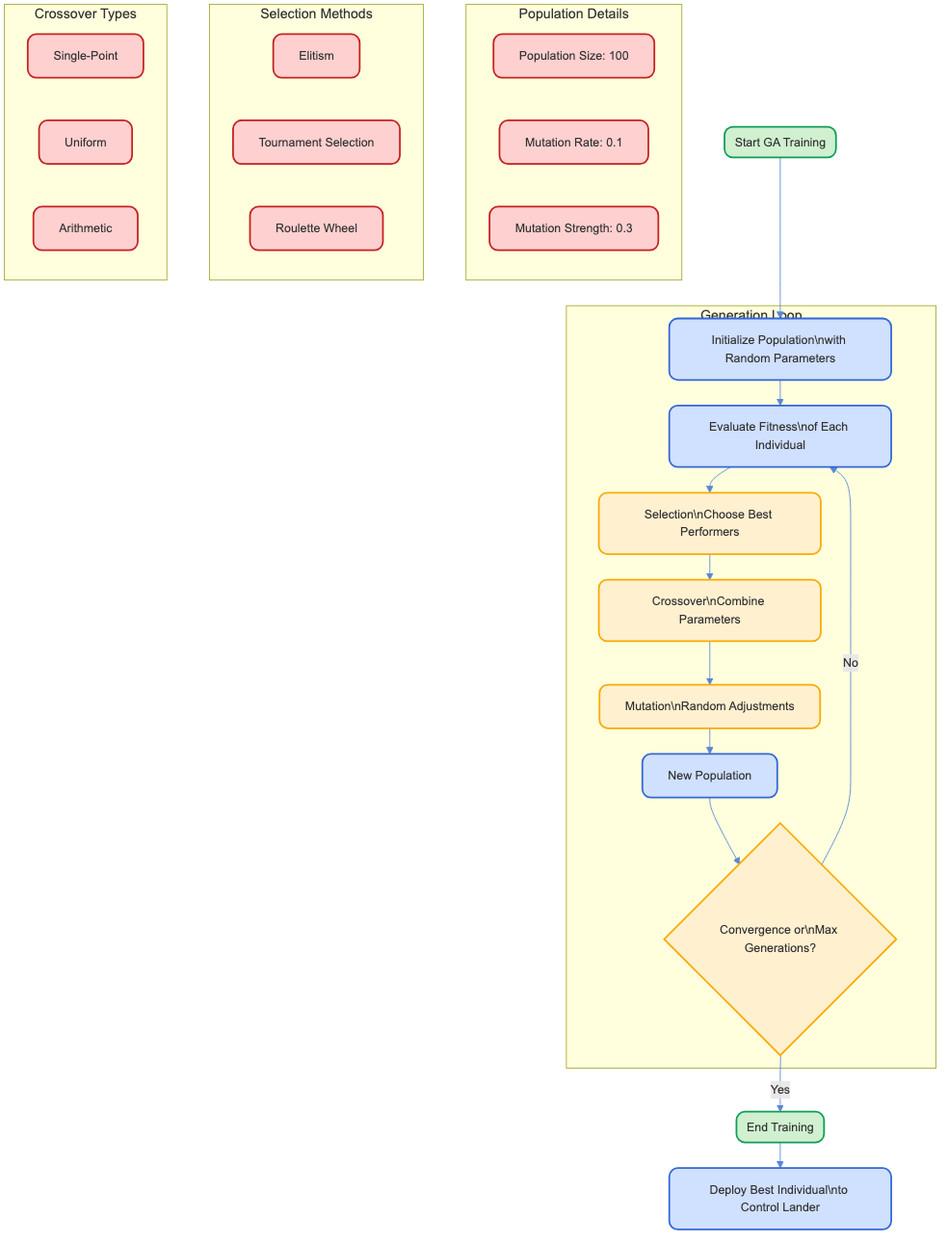
Thomas-Chqt/NNLander keeps this Mermaid diagram as slides/images/genetic_algorithm.png. Above is the earlier version. Its source is kept beside it as slides/src/genetic_algorithm.mmd.
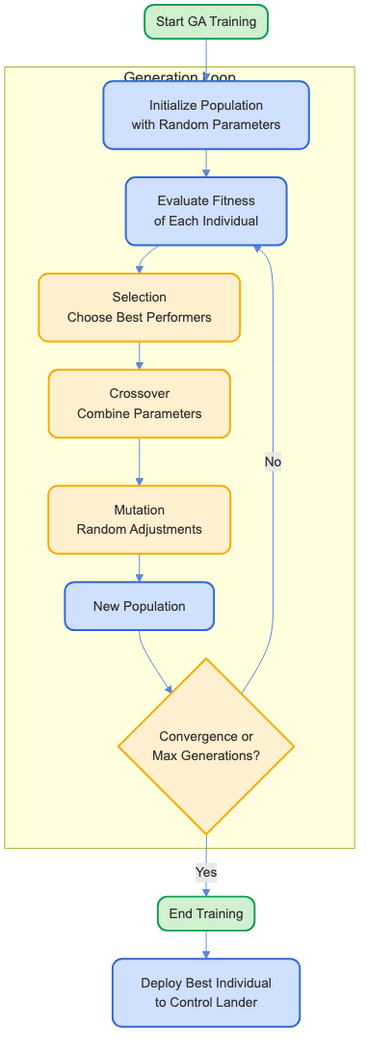
Later version of the same file.

Change to the diagram source:
```diff
@@ -1,33 +1,18 @@
 flowchart TB
-    start([Start GA Training]):::secondary --> init[Initialize Population\nwith Random Parameters]
+    start([Start GA Training]):::secondary --> init[Initialize Population<br>with Random Parameters]
 
     subgraph "Generation Loop"
-        init --> evaluate[Evaluate Fitness\nof Each Individual]
-        evaluate --> selection[Selection\nChoose Best Performers]:::tertiary
-        selection --> crossover[Crossover\nCombine Parameters]:::tertiary
-        crossover --> mutation[Mutation\nRandom Adjustments]:::tertiary
+        init --> evaluate[Evaluate Fitness<br>of Each Individual]
+        evaluate --> selection[Selection<br>Choose Best Performers]:::tertiary
+        selection --> crossover[Crossover<br>Combine Parameters]:::tertiary
+        crossover --> mutation[Mutation<br>Random Adjustments]:::tertiary
         mutation --> new_pop[New Population]
-        new_pop --> check{Convergence or\nMax Generations?}:::decision
+        new_pop --> check{Convergence or<br>Max Generations?}:::decision
         check -->|No| evaluate
     end
 
     check -->|Yes| finish([End Training]):::secondary
-    finish --> deploy[Deploy Best Individual\nto Control Lander]
+    finish --> deploy[Deploy Best Individual<br>to Control Lander]
 
-    subgraph "Population Details"
-        pop1[Population Size: 100]:::quaternary
-        pop2[Mutation Rate: 0.1]:::quaternary
-        pop3[Mutation Strength: 0.3]:::quaternary
-    end
 
-    subgraph "Selection Methods"
-        sel1[Elitism]:::quaternary
-        sel2[Tournament Selection]:::quaternary
-        sel3[Roulette Wheel]:::quaternary
-    end
 
-    subgraph "Crossover Types"
-        cross1[Single-Point]:::quaternary
-        cross2[Uniform]:::quaternary
-        cross3[Arithmetic]:::quaternary
-    end
```
